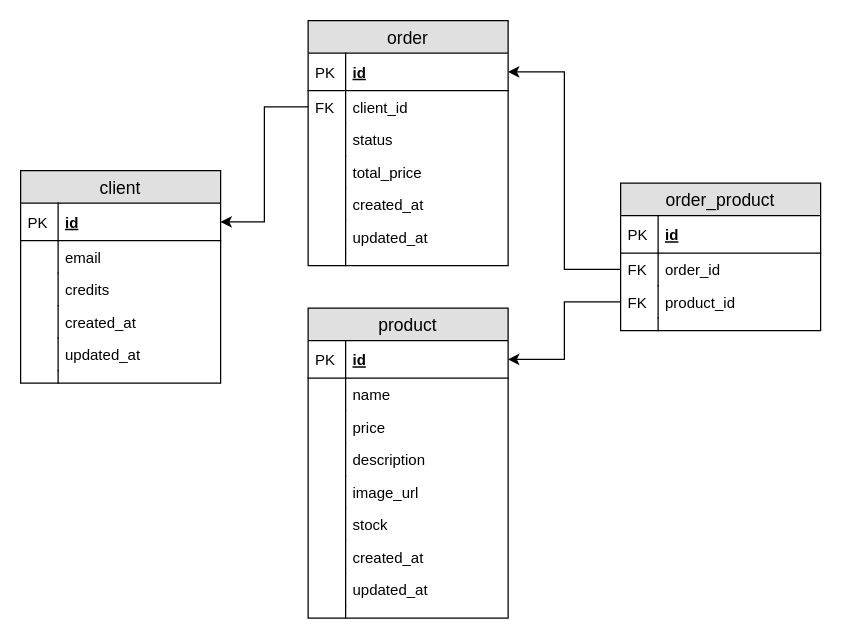
This is conception/MPD.drawio from AdrienMasanet/foodles-second-coding-test-backend, a draw.io file, before an edit. Source tidied: cells renumbered, new cells numbered last; positions are measured from the earlier drawing's top-left corner, leaving out a move shared by most shapes. Both pictures are drawn from the tidied source at 125%, with x=0, y=0 at pixel (20, 20).
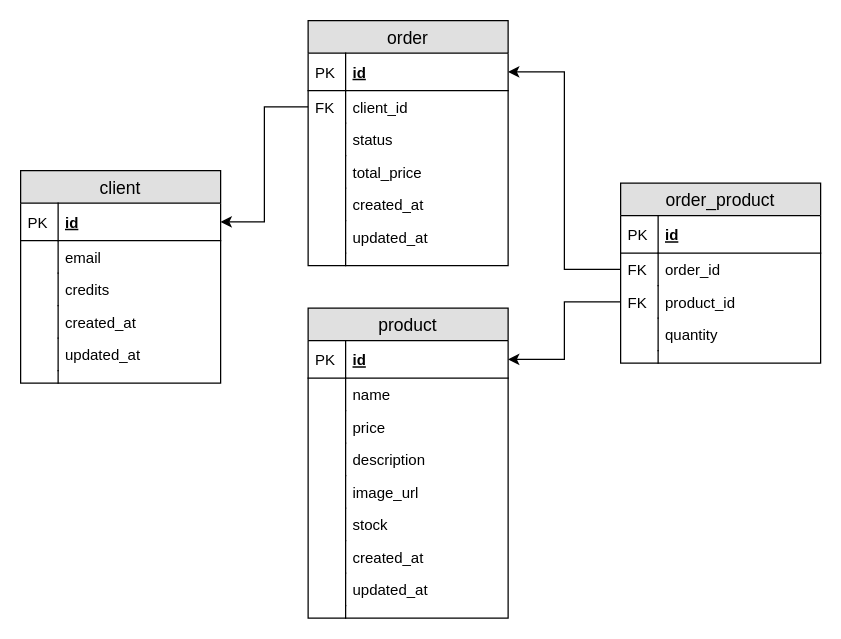
Above is the later version.

Commit message:
docs: added quantity for manytomany table in MPD

Diff of the diagram source:
```diff
@@
     <mxCell id="51" value="order_product" style="swimlane;fontStyle=0;horizontal=1;startSize=26;fillColor=#e0e0e0;swimlaneFillColor=#ffffff;align=center;fontSize=14;" parent="1" vertex="1">
-      <mxGeometry x="480" y="130" width="160" height="118" as="geometry" />
+      <mxGeometry x="480" y="130" width="160" height="144" as="geometry" />
     </mxCell>
@@
+    <mxCell id="61" value="quantity" style="shape=partialRectangle;top=0;left=0;right=0;bottom=0;align=left;verticalAlign=top;fillColor=none;spacingLeft=34;spacingRight=4;overflow=hidden;fontSize=12;" parent="51" vertex="1">
+      <mxGeometry y="108" width="160" height="26" as="geometry" />
+    </mxCell>
+    <mxCell id="62" style="shape=partialRectangle;top=0;left=0;bottom=0;fillColor=none;align=left;verticalAlign=top;spacingLeft=4;spacingRight=4;overflow=hidden;fontSize=12;" parent="61" vertex="1">
+      <mxGeometry width="30" height="26" as="geometry" />
+    </mxCell>
     <mxCell id="58" style="shape=partialRectangle;top=0;left=0;right=0;bottom=0;align=left;verticalAlign=top;fillColor=none;spacingLeft=34;spacingRight=4;overflow=hidden;fontSize=12;" parent="51" vertex="1">
-      <mxGeometry y="108" width="160" height="10" as="geometry" />
+      <mxGeometry y="134" width="160" height="10" as="geometry" />
     </mxCell>
```
